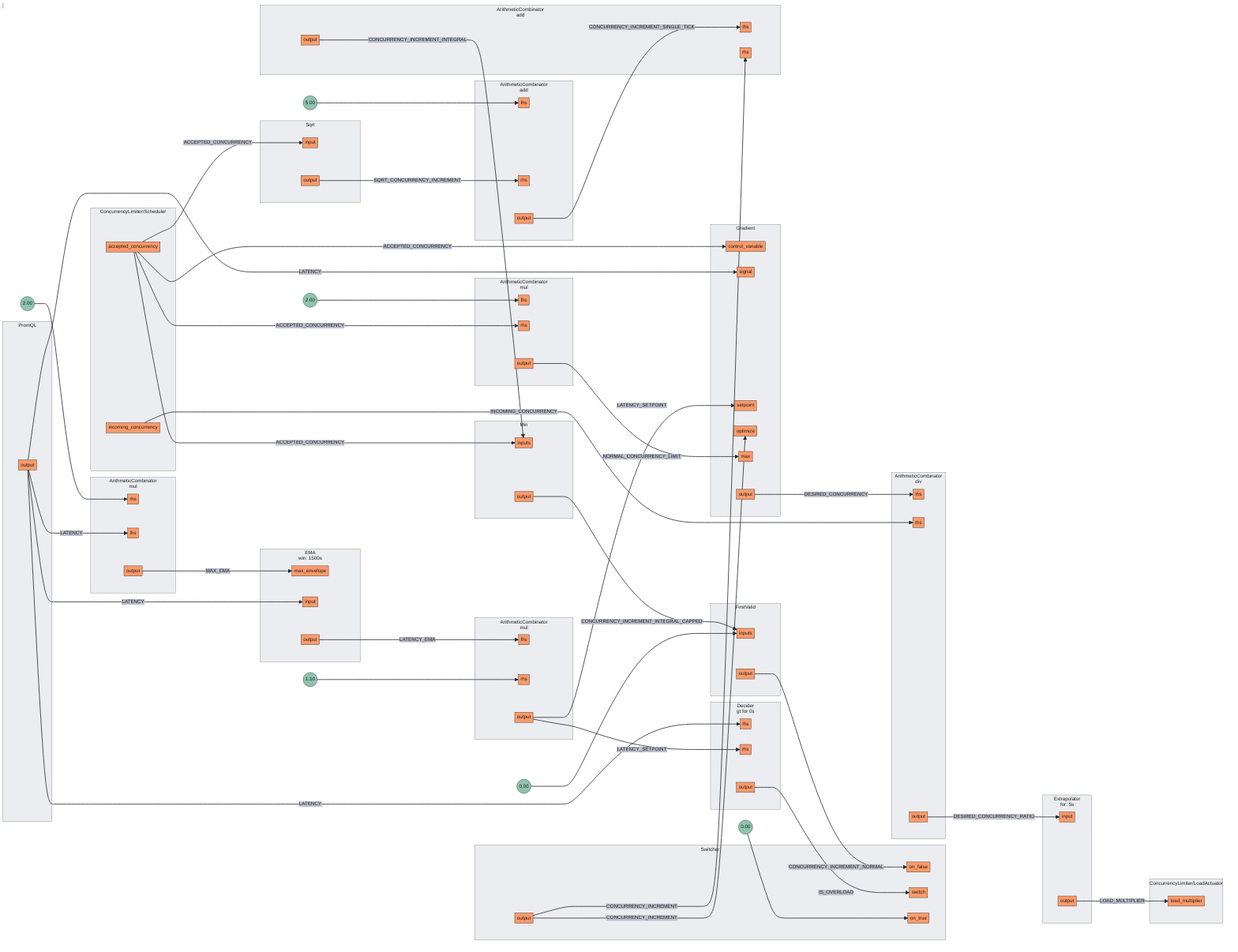
The Mermaid diagram docs/content/tutorials/flow-control/assets/basic-concurrency-limiting/basic-concurrency-limiting.mmd.png in fluxninja/aperture, before a commit. Its source is kept beside it as docs/content/tutorials/flow-control/assets/basic-concurrency-limiting/basic-concurrency-limiting.mmd.
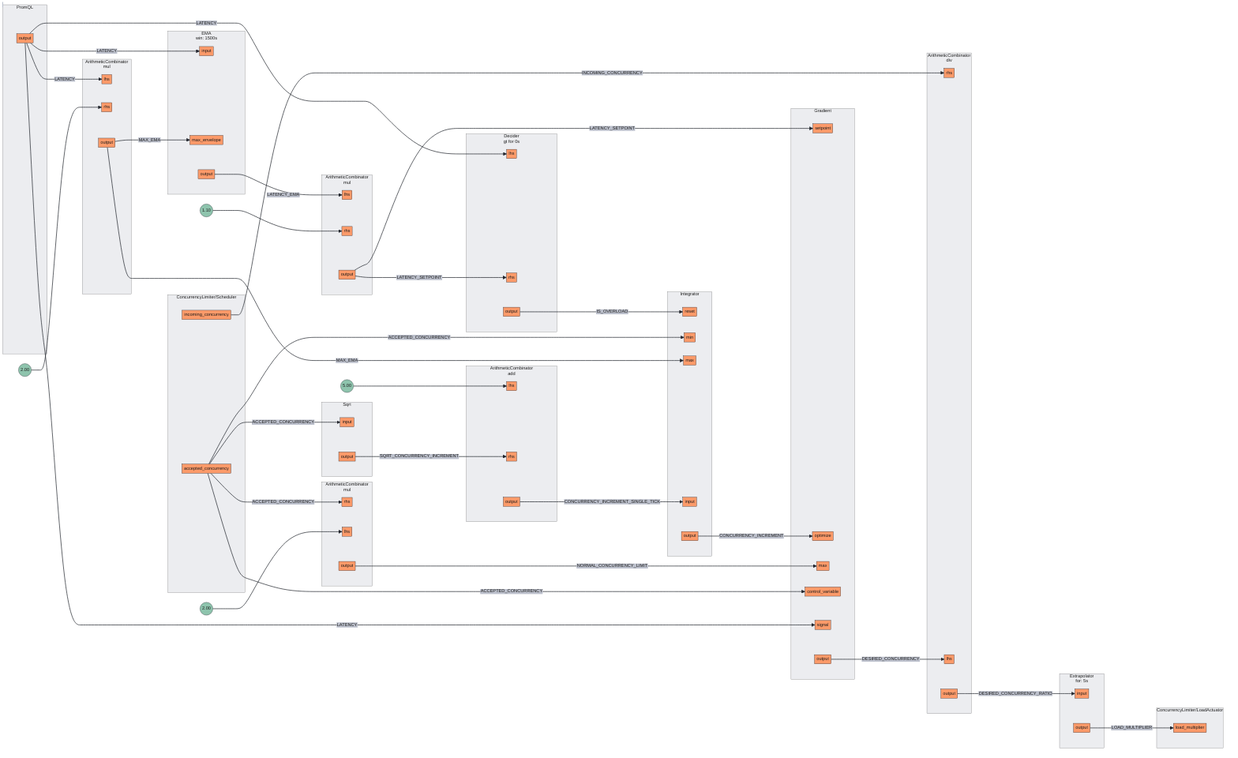
After the change.

What changed in the source:
```diff
@@ -2,8 +2,8 @@
 subgraph 0[<center>ArithmeticCombinator<br/>mul</center>]
 subgraph 0_inports[ ]
 style 0_inports fill:none,stroke:none
+0lhs[lhs]
 0rhs[rhs]
-0lhs[lhs]
 end
 subgraph 0_outports[ ]
 style 0_outports fill:none,stroke:none
@@ -28,8 +28,8 @@
 subgraph 2[<center>ArithmeticCombinator<br/>div</center>]
 subgraph 2_inports[ ]
 style 2_inports fill:none,stroke:none
+2rhs[rhs]
 2lhs[lhs]
-2rhs[rhs]
 end
 subgraph 2_outports[ ]
 style 2_outports fill:none,stroke:none
@@ -39,8 +39,8 @@
 subgraph 3[<center>ArithmeticCombinator<br/>mul</center>]
 subgraph 3_inports[ ]
 style 3_inports fill:none,stroke:none
+3rhs[rhs]
 3lhs[lhs]
-3rhs[rhs]
 end
 subgraph 3_outports[ ]
 style 3_outports fill:none,stroke:none
@@ -62,61 +62,63 @@
 end
 FakeConstant3((5.00))
 FakeConstant3 --> 4lhs
-subgraph 5[<center>ArithmeticCombinator<br/>add</center>]
+subgraph 5[Integrator]
 subgraph 5_inports[ ]
 style 5_inports fill:none,stroke:none
-5lhs[lhs]
-5rhs[rhs]
+5reset[reset]
+5min[min]
+5max[max]
+5input[input]
 end
 subgraph 5_outports[ ]
 style 5_outports fill:none,stroke:none
 5output[output]
 end
 end
-subgraph 6[Min]
+subgraph 6[Sqrt]
 subgraph 6_inports[ ]
 style 6_inports fill:none,stroke:none
-6inputs[inputs]
-6inputs[inputs]
+6input[input]
 end
 subgraph 6_outports[ ]
 style 6_outports fill:none,stroke:none
 6output[output]
 end
 end
-subgraph 7[FirstValid]
-subgraph 7_inports[ ]
-style 7_inports fill:none,stroke:none
-7inputs[inputs]
-7inputs[inputs]
-end
+subgraph 7[PromQL]
 subgraph 7_outports[ ]
 style 7_outports fill:none,stroke:none
 7output[output]
 end
 end
-FakeConstant4((0.00))
-FakeConstant4 --> 7inputs
-subgraph 8[Sqrt]
+subgraph 8[<center>EMA<br/>win: 1500s</center>]
 subgraph 8_inports[ ]
 style 8_inports fill:none,stroke:none
 8input[input]
+8max_envelope[max_envelope]
 end
 subgraph 8_outports[ ]
 style 8_outports fill:none,stroke:none
 8output[output]
 end
 end
-subgraph 9[PromQL]
+subgraph 9[Gradient]
+subgraph 9_inports[ ]
+style 9_inports fill:none,stroke:none
+9setpoint[setpoint]
+9optimize[optimize]
+9max[max]
+9control_variable[control_variable]
+9signal[signal]
+end
 subgraph 9_outports[ ]
 style 9_outports fill:none,stroke:none
 9output[output]
 end
 end
-subgraph 10[<center>EMA<br/>win: 1500s</center>]
+subgraph 10[<center>Extrapolator<br/>for: 5s</center>]
 subgraph 10_inports[ ]
 style 10_inports fill:none,stroke:none
-10max_envelope[max_envelope]
 10input[input]
 end
 subgraph 10_outports[ ]
@@ -124,90 +126,49 @@
 10output[output]
 end
 end
-subgraph 11[Gradient]
-subgraph 11_inports[ ]
-style 11_inports fill:none,stroke:none
-11control_variable[control_variable]
-11signal[signal]
-11setpoint[setpoint]
-11optimize[optimize]
-11max[max]
-end
-subgraph 11_outports[ ]
-style 11_outports fill:none,stroke:none
-11output[output]
+subgraph 11.Scheduler[ConcurrencyLimiter/Scheduler]
+subgraph 11.Scheduler_outports[ ]
+style 11.Scheduler_outports fill:none,stroke:none
+11.Schedulerincoming_concurrency[incoming_concurrency]
+11.Scheduleraccepted_concurrency[accepted_concurrency]
 end
 end
-subgraph 12[<center>Extrapolator<br/>for: 5s</center>]
+subgraph 11.LoadActuator[ConcurrencyLimiter/LoadActuator]
+subgraph 11.LoadActuator_inports[ ]
+style 11.LoadActuator_inports fill:none,stroke:none
+11.LoadActuatorload_multiplier[load_multiplier]
+end
+end
+subgraph 12[<center>Decider<br/>gt for 0s</center>]
 subgraph 12_inports[ ]
 style 12_inports fill:none,stroke:none
-12input[input]
+12lhs[lhs]
+12rhs[rhs]
 end
 subgraph 12_outports[ ]
 style 12_outports fill:none,stroke:none
 12output[output]
 end
 end
-subgraph 13.Scheduler[ConcurrencyLimiter/Scheduler]
-subgraph 13.Scheduler_outports[ ]
-style 13.Scheduler_outports fill:none,stroke:none
-13.Schedulerincoming_concurrency[incoming_concurrency]
-13.Scheduleraccepted_concurrency[accepted_concurrency]
-end
-end
-subgraph 13.LoadActuator[ConcurrencyLimiter/LoadActuator]
-subgraph 13.LoadActuator_inports[ ]
-style 13.LoadActuator_inports fill:none,stroke:none
-13.LoadActuatorload_multiplier[load_multiplier]
-end
-end
-subgraph 15[Switcher]
-subgraph 15_inports[ ]
-style 15_inports fill:none,stroke:none
-15on_false[on_false]
-15switch[switch]
-15on_true[on_true]
-end
-subgraph 15_outports[ ]
-style 15_outports fill:none,stroke:none
-15output[output]
-end
-end
-FakeConstant5((0.00))
-FakeConstant5 --> 15on_true
-subgraph 14[<center>Decider<br/>gt for 0s</center>]
-subgraph 14_inports[ ]
-style 14_inports fill:none,stroke:none
-14lhs[lhs]
-14rhs[rhs]
-end
-subgraph 14_outports[ ]
-style 14_outports fill:none,stroke:none
-14output[output]
-end
-end
-8output --> |SQRT_CONCURRENCY_INCREMENT| 4rhs
-13.Scheduleraccepted_concurrency --> |ACCEPTED_CONCURRENCY| 3rhs
-13.Scheduleraccepted_concurrency --> |ACCEPTED_CONCURRENCY| 6inputs
-13.Scheduleraccepted_concurrency --> |ACCEPTED_CONCURRENCY| 8input
-13.Scheduleraccepted_concurrency --> |ACCEPTED_CONCURRENCY| 11control_variable
-0output --> |MAX_EMA| 10max_envelope
-4output --> |CONCURRENCY_INCREMENT_SINGLE_TICK| 5lhs
-6output --> |CONCURRENCY_INCREMENT_INTEGRAL_CAPPED| 7inputs
-10output --> |LATENCY_EMA| 1lhs
-14output --> |IS_OVERLOAD| 15switch
-2output --> |DESIRED_CONCURRENCY_RATIO| 12input
-7output --> |CONCURRENCY_INCREMENT_NORMAL| 15on_false
-9output --> |LATENCY| 0lhs
-9output --> |LATENCY| 10input
-9output --> |LATENCY| 11signal
-9output --> |LATENCY| 14lhs
-12output --> |LOAD_MULTIPLIER| 13.LoadActuatorload_multiplier
-15output --> |CONCURRENCY_INCREMENT| 5rhs
-15output --> |CONCURRENCY_INCREMENT| 11optimize
-1output --> |LATENCY_SETPOINT| 11setpoint
-1output --> |LATENCY_SETPOINT| 14rhs
-5output --> |CONCURRENCY_INCREMENT_INTEGRAL| 6inputs
-11output --> |DESIRED_CONCURRENCY| 2lhs
-13.Schedulerincoming_concurrency --> |INCOMING_CONCURRENCY| 2rhs
-3output --> |NORMAL_CONCURRENCY_LIMIT| 11max
+5output --> |CONCURRENCY_INCREMENT| 9optimize
+7output --> |LATENCY| 0lhs
+7output --> |LATENCY| 8input
+7output --> |LATENCY| 9signal
+7output --> |LATENCY| 12lhs
+0output --> |MAX_EMA| 5max
+0output --> |MAX_EMA| 8max_envelope
+4output --> |CONCURRENCY_INCREMENT_SINGLE_TICK| 5input
+6output --> |SQRT_CONCURRENCY_INCREMENT| 4rhs
+8output --> |LATENCY_EMA| 1lhs
+9output --> |DESIRED_CONCURRENCY| 2lhs
+10output --> |LOAD_MULTIPLIER| 11.LoadActuatorload_multiplier
+1output --> |LATENCY_SETPOINT| 9setpoint
+1output --> |LATENCY_SETPOINT| 12rhs
+2output --> |DESIRED_CONCURRENCY_RATIO| 10input
+3output --> |NORMAL_CONCURRENCY_LIMIT| 9max
+11.Schedulerincoming_concurrency --> |INCOMING_CONCURRENCY| 2rhs
+11.Scheduleraccepted_concurrency --> |ACCEPTED_CONCURRENCY| 3rhs
+11.Scheduleraccepted_concurrency --> |ACCEPTED_CONCURRENCY| 5min
+11.Scheduleraccepted_concurrency --> |ACCEPTED_CONCURRENCY| 6input
+11.Scheduleraccepted_concurrency --> |ACCEPTED_CONCURRENCY| 9control_variable
+12output --> |IS_OVERLOAD| 5reset
```
